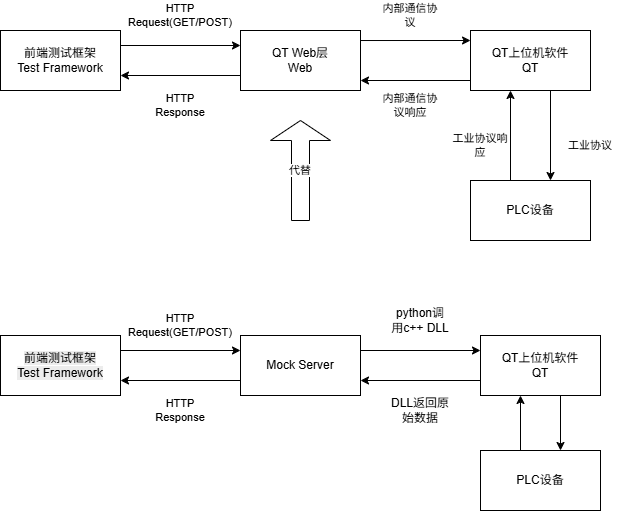
Taylor-Hu/python_code keeps this draw.io diagram as 前后端流程.drawio.png. Above is the earlier version. Source tidied: cells renumbered, new cells last; positions are measured from the earlier drawing's top-left corner, leaving out a move shared by most shapes.
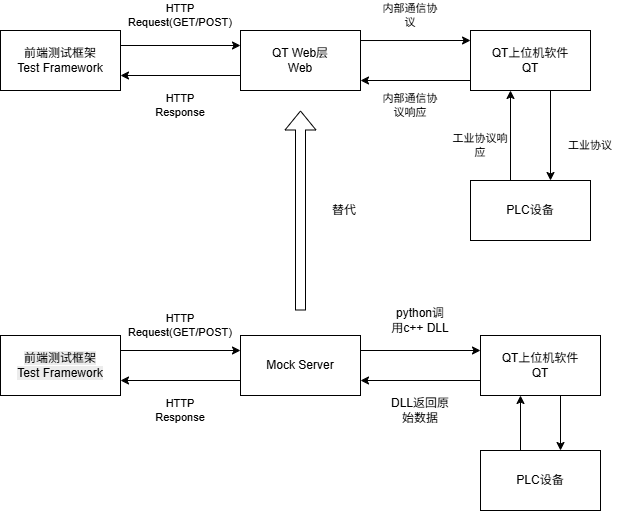
Above is the later version.

Commit message:
更新前后端流程.drawio.png

Change to the diagram source:
```diff
@@ -81,9 +81,6 @@
     <mxCell id="23" style="endArrow=classic;html=1;rounded=0;strokeColor=default;align=center;verticalAlign=middle;fontFamily=Helvetica;fontSize=11;fontColor=default;labelBackgroundColor=default;entryX=1;entryY=0.75;entryDx=0;entryDy=0;exitX=0;exitY=0.75;exitDx=0;exitDy=0;" parent="1" edge="1" source="19" target="18">
       <mxGeometry relative="1" as="geometry" />
     </mxCell>
-    <mxCell id="24" value="代替" style="shape=singleArrow;direction=north;whiteSpace=wrap;html=1;fontFamily=Helvetica;fontSize=11;fontColor=default;labelBackgroundColor=default;" parent="1" vertex="1">
-      <mxGeometry x="270" y="120" width="60" height="100" as="geometry" />
-    </mxCell>
     <mxCell id="25" value="QT上位机软件&lt;div&gt;QT&lt;/div&gt;" style="rounded=0;whiteSpace=wrap;html=1;" parent="1" vertex="1">
       <mxGeometry x="480" y="335" width="120" height="60" as="geometry" />
     </mxCell>
@@ -118,5 +115,14 @@
         <mxPoint x="560" y="450" as="targetPoint" />
       </mxGeometry>
     </mxCell>
+    <mxCell id="33" style="shape=flexArrow;endArrow=classic;html=1;rounded=0;" parent="1" edge="1">
+      <mxGeometry relative="1" as="geometry">
+        <mxPoint x="300" y="310" as="sourcePoint" />
+        <mxPoint x="300" y="110" as="targetPoint" />
+      </mxGeometry>
+    </mxCell>
+    <mxCell id="34" value="替代" style="text;html=1;whiteSpace=wrap;strokeColor=none;fillColor=none;align=center;verticalAlign=middle;rounded=0;" parent="1" vertex="1">
+      <mxGeometry x="314" y="195" width="60" height="30" as="geometry" />
+    </mxCell>
   </root>
 </mxGraphModel>
```
